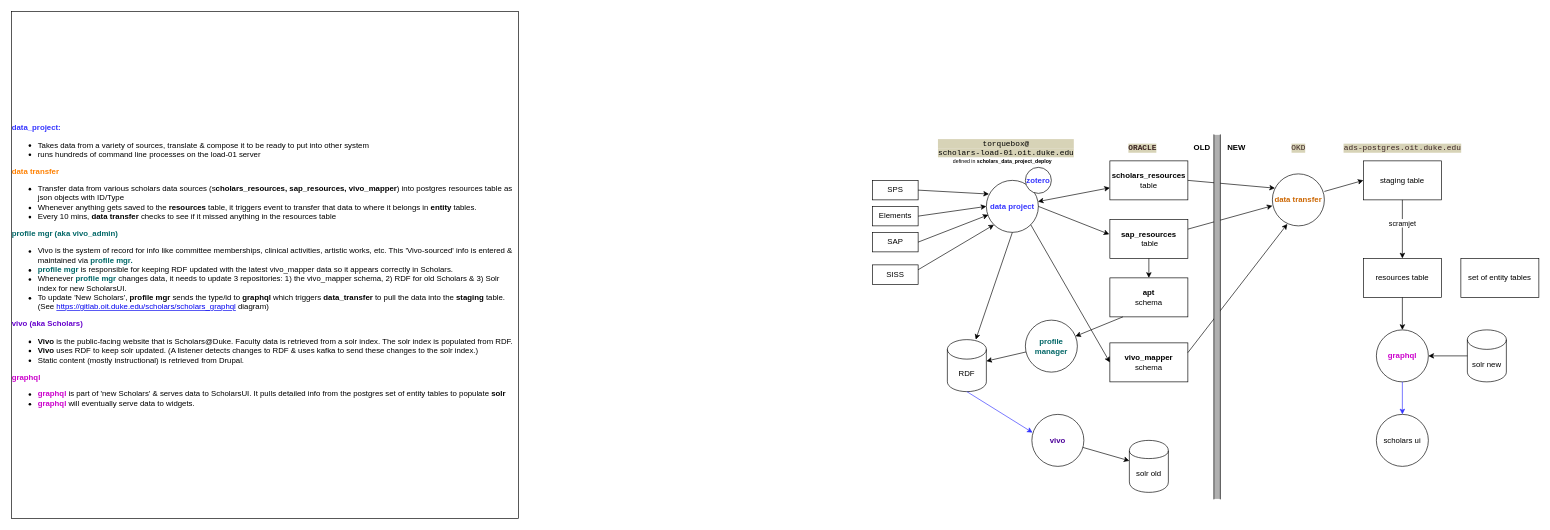
Above: 20211208-scholars-data-flow.dio in tibbs001/scholars (draw.io), before the change. Source tidied: cells renumbered, new cells numbered last; positions are measured from the earlier drawing's top-left corner, leaving out a move shared by most shapes. Both pictures are drawn from the tidied source at 65%, with x=0, y=0 at pixel (11, 11).
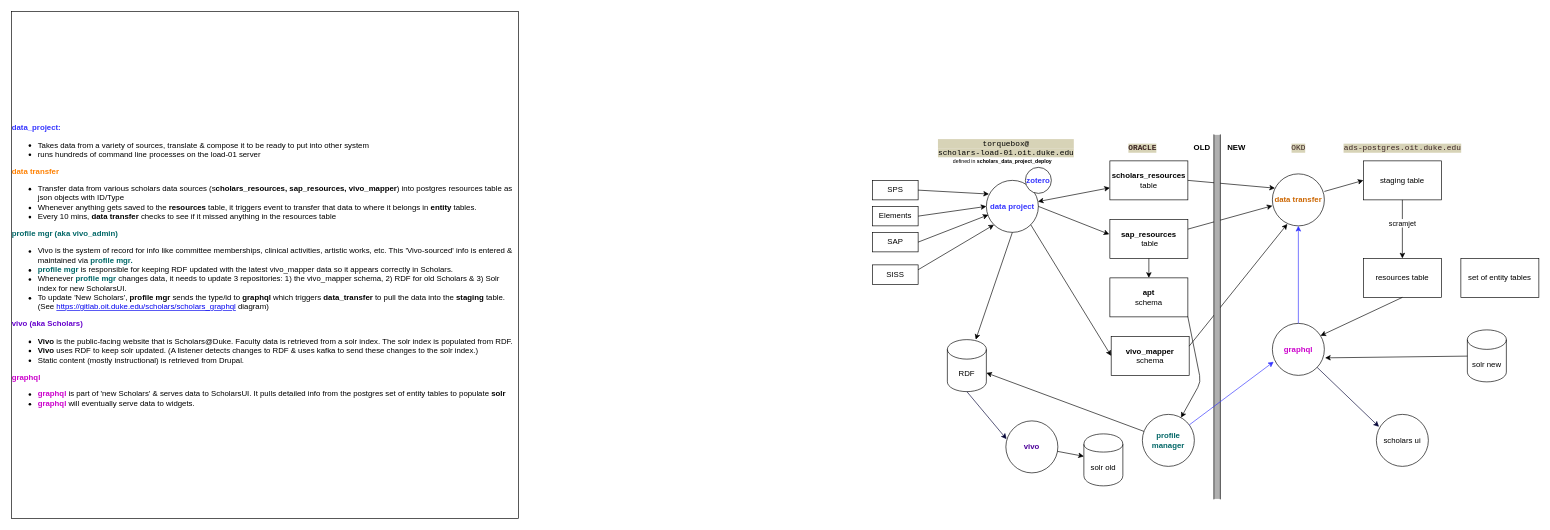
After the change.

Unchanged cells that the change refers to:
```xml
<mxCell id="2" value="&lt;b&gt;&lt;font color=&quot;#cc6600&quot;&gt;data transfer&lt;/font&gt;&lt;/b&gt;" style="ellipse;whiteSpace=wrap;html=1;" parent="1" vertex="1">
  <mxGeometry x="1940" y="250" width="80" height="80" as="geometry" />
</mxCell>
<mxCell id="8" value="resources table" style="rounded=0;whiteSpace=wrap;html=1;gradientColor=#ffffff;" parent="1" vertex="1">
  <mxGeometry x="2080" y="380" width="120" height="60" as="geometry" />
</mxCell>
<mxCell id="18" value="scholars ui" style="ellipse;whiteSpace=wrap;html=1;gradientColor=#ffffff;" parent="1" vertex="1">
  <mxGeometry x="2100" y="620" width="80" height="80" as="geometry" />
</mxCell>
<mxCell id="35" value="RDF" style="shape=cylinder3;whiteSpace=wrap;html=1;boundedLbl=1;backgroundOutline=1;size=15;" parent="1" vertex="1">
  <mxGeometry x="1440" y="505" width="60" height="80" as="geometry" />
</mxCell>
<mxCell id="37" value="&lt;b&gt;apt&lt;br&gt;&lt;/b&gt;schema" style="rounded=0;whiteSpace=wrap;html=1;" parent="1" vertex="1">
  <mxGeometry x="1690" y="410" width="120" height="60" as="geometry" />
</mxCell>
<mxCell id="40" value="solr new" style="shape=cylinder3;whiteSpace=wrap;html=1;boundedLbl=1;backgroundOutline=1;size=15;" parent="1" vertex="1">
  <mxGeometry x="2240" y="490" width="60" height="80" as="geometry" />
</mxCell>
```

What changed in the source:
```diff
@@
     <mxCell id="5" value="&lt;b&gt;vivo_mapper&lt;/b&gt; schema" style="rounded=0;whiteSpace=wrap;html=1;gradientColor=#ffffff;" parent="1" vertex="1">
-      <mxGeometry x="1690" y="510" width="120" height="60" as="geometry" />
+      <mxGeometry x="1692" y="500" width="120" height="60" as="geometry" />
     </mxCell>
@@
     <mxCell id="16" value="&lt;font color=&quot;#cc00cc&quot;&gt;&lt;b&gt;graphql&lt;/b&gt;&lt;/font&gt;" style="ellipse;whiteSpace=wrap;html=1;gradientColor=#ffffff;" parent="1" vertex="1">
-      <mxGeometry x="2100" y="490" width="80" height="80" as="geometry" />
+      <mxGeometry x="1940" y="480" width="80" height="80" as="geometry" />
     </mxCell>
     <mxCell id="17" value="&lt;font color=&quot;#006666&quot;&gt;&lt;b&gt;profile&lt;br&gt;manager&lt;/b&gt;&lt;/font&gt;" style="ellipse;whiteSpace=wrap;html=1;gradientColor=#ffffff;" parent="1" vertex="1">
-      <mxGeometry x="1560" y="475" width="80" height="80" as="geometry" />
+      <mxGeometry x="1740" y="620" width="80" height="80" as="geometry" />
     </mxCell>
@@
-    <mxCell id="32" style="endArrow=classic;html=1;entryX=0.5;entryY=0;entryDx=0;entryDy=0;exitX=0.5;exitY=1;exitDx=0;exitDy=0;" parent="1" edge="1" source="8" target="16">
+    <mxCell id="32" style="endArrow=classic;html=1;entryX=0.925;entryY=0.238;entryDx=0;entryDy=0;exitX=0.5;exitY=1;exitDx=0;exitDy=0;entryPerimeter=0;" parent="1" edge="1" source="8" target="16">
       <mxGeometry relative="1" as="geometry" />
     </mxCell>
-    <mxCell id="33" style="endArrow=classic;html=1;entryX=0.5;entryY=0;entryDx=0;entryDy=0;exitX=0.5;exitY=1;exitDx=0;exitDy=0;strokeColor=#3333FF;" parent="1" edge="1" source="16" target="18">
+    <mxCell id="33" style="endArrow=classic;html=1;entryX=0.05;entryY=0.238;entryDx=0;entryDy=0;strokeColor=#000033;entryPerimeter=0;" parent="1" edge="1" source="16" target="18">
       <mxGeometry relative="1" as="geometry" />
     </mxCell>
@@
-    <mxCell id="39" style="endArrow=classic;html=1;exitX=0.167;exitY=1;exitDx=0;exitDy=0;exitPerimeter=0;" parent="1" edge="1" source="37" target="17">
-      <mxGeometry relative="1" as="geometry" />
+    <mxCell id="39" style="endArrow=classic;html=1;exitX=1;exitY=1;exitDx=0;exitDy=0;" parent="1" edge="1" source="37" target="17">
+      <mxGeometry relative="1" as="geometry">
+        <Array as="points">
+          <mxPoint x="1830" y="570" />
+        </Array>
+      </mxGeometry>
     </mxCell>
@@
     <mxCell id="41" value="solr old" style="shape=cylinder;whiteSpace=wrap;html=1;boundedLbl=1;backgroundOutline=1;" parent="1" vertex="1">
-      <mxGeometry x="1720" y="660" width="60" height="80" as="geometry" />
+      <mxGeometry x="1650" y="650" width="60" height="80" as="geometry" />
     </mxCell>
-    <mxCell id="42" style="endArrow=classic;html=1;" parent="1" edge="1" source="40">
-      <mxGeometry relative="1" as="geometry">
-        <mxPoint x="2180" y="530" as="targetPoint" />
-      </mxGeometry>
+    <mxCell id="42" style="endArrow=classic;html=1;entryX=1.013;entryY=0.663;entryDx=0;entryDy=0;entryPerimeter=0;" parent="1" edge="1" source="40" target="16">
+      <mxGeometry relative="1" as="geometry" />
     </mxCell>
     <mxCell id="43" value="&lt;font color=&quot;#4c0099&quot;&gt;&lt;b&gt;vivo&lt;/b&gt;&lt;/font&gt;" style="ellipse;whiteSpace=wrap;html=1;gradientColor=#ffffff;" parent="1" vertex="1">
-      <mxGeometry x="1570" y="620" width="80" height="80" as="geometry" />
+      <mxGeometry x="1530" y="630" width="80" height="80" as="geometry" />
     </mxCell>
@@
-    <mxCell id="45" style="endArrow=classic;html=1;entryX=0.013;entryY=0.35;entryDx=0;entryDy=0;entryPerimeter=0;exitX=0.5;exitY=1;exitDx=0;exitDy=0;exitPerimeter=0;strokeColor=#3333FF;" parent="1" edge="1" source="35" target="43">
+    <mxCell id="45" style="endArrow=classic;html=1;entryX=0.013;entryY=0.35;entryDx=0;entryDy=0;entryPerimeter=0;exitX=0.5;exitY=1;exitDx=0;exitDy=0;exitPerimeter=0;strokeColor=#000033;" parent="1" edge="1" source="35" target="43">
       <mxGeometry relative="1" as="geometry" />
     </mxCell>
@@
+    <mxCell id="54" style="endArrow=classic;html=1;entryX=0.025;entryY=0.738;entryDx=0;entryDy=0;strokeColor=#3333FF;entryPerimeter=0;" parent="1" edge="1" source="17" target="16">
+      <mxGeometry relative="1" as="geometry" />
+    </mxCell>
+    <mxCell id="55" style="endArrow=classic;html=1;entryX=0.5;entryY=1;entryDx=0;entryDy=0;strokeColor=#3333FF;" parent="1" edge="1" source="16" target="2">
+      <mxGeometry relative="1" as="geometry" />
+    </mxCell>
```
